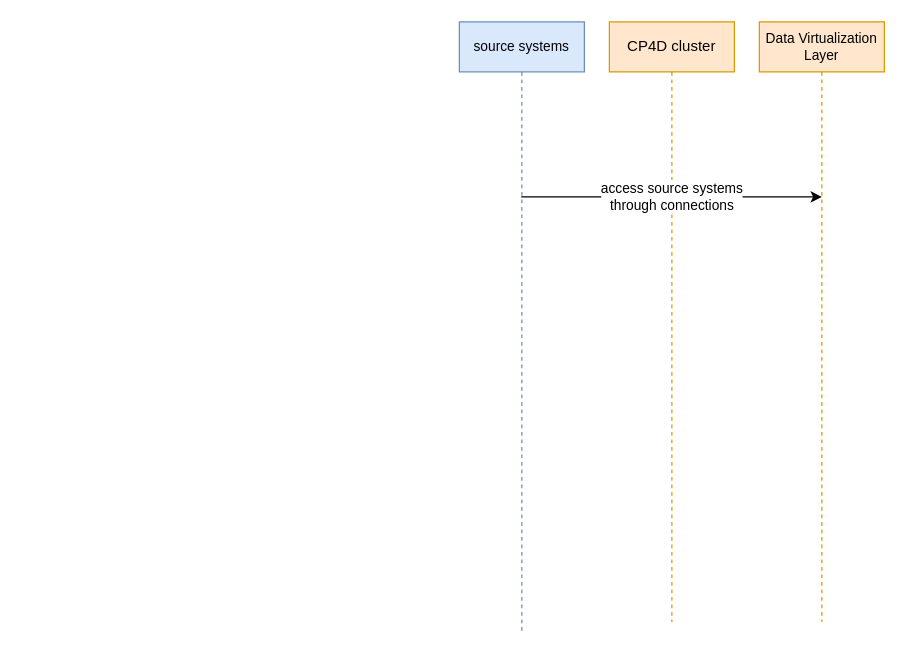
Before: dv.drawio in kanchantewary/CloudPakForData, a draw.io diagram. Source tidied: cells renumbered, new cells numbered last; positions are measured from the earlier drawing's top-left corner, leaving out a move shared by most shapes. Both pictures are drawn from the tidied source at 125%, with x=0, y=0 at pixel (459, 21).
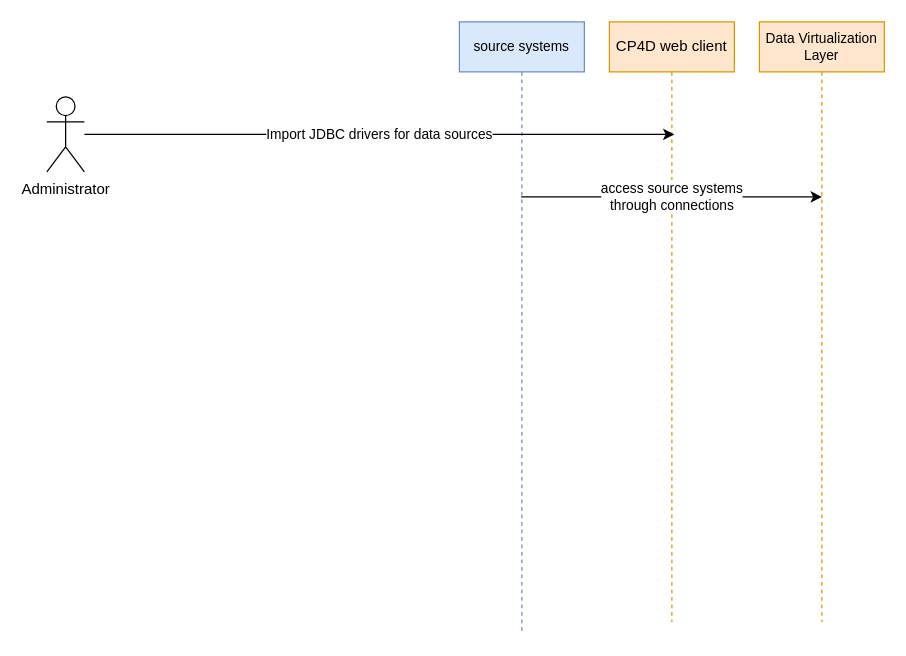
Above is the later version.

Diff of the diagram source:
```diff
@@
 <mxGraphModel>
   <root>
     <mxCell id="0" />
     <mxCell id="1" parent="0" />
-    <mxCell id="2" value="CP4D cluster" style="shape=umlLifeline;perimeter=lifelinePerimeter;whiteSpace=wrap;html=1;fillColor=#ffe6cc;strokeColor=#d79b00;" parent="1" vertex="1">
+    <mxCell id="2" value="CP4D web client" style="shape=umlLifeline;perimeter=lifelinePerimeter;whiteSpace=wrap;html=1;fillColor=#ffe6cc;strokeColor=#d79b00;" parent="1" vertex="1">
       <mxGeometry x="120" width="100" height="480" as="geometry" />
     </mxCell>
     <mxCell id="3" value="Data Virtualization Layer" style="shape=umlLifeline;perimeter=lifelinePerimeter;whiteSpace=wrap;html=1;fillColor=#ffe6cc;strokeColor=#d79b00;fontSize=11;" parent="1" vertex="1">
       <mxGeometry x="240" width="100" height="480" as="geometry" />
     </mxCell>
     <mxCell id="4" value="source systems" style="shape=umlLifeline;perimeter=lifelinePerimeter;whiteSpace=wrap;html=1;outlineConnect=0;fillColor=#dae8fc;strokeColor=#6c8ebf;fontSize=11;" parent="1" vertex="1">
       <mxGeometry width="100" height="490" as="geometry" />
     </mxCell>
     <mxCell id="5" value="access source systems &lt;br&gt;through connections" style="edgeStyle=orthogonalEdgeStyle;rounded=0;jettySize=auto;html=1;strokeWidth=1;fontSize=11;" parent="1" edge="1" source="4">
       <mxGeometry relative="1" as="geometry">
         <mxPoint x="290" y="140" as="targetPoint" />
         <Array as="points">
           <mxPoint x="130" y="140" />
           <mxPoint x="130" y="140" />
         </Array>
       </mxGeometry>
     </mxCell>
+    <mxCell id="6" value="Import JDBC drivers for data sources" style="edgeStyle=orthogonalEdgeStyle;rounded=0;jettySize=auto;html=1;" parent="1" edge="1" source="7">
+      <mxGeometry relative="1" as="geometry">
+        <mxPoint x="172" y="90" as="targetPoint" />
+        <Array as="points">
+          <mxPoint x="172" y="90" />
+        </Array>
+      </mxGeometry>
+    </mxCell>
+    <mxCell id="7" value="Administrator" style="shape=umlActor;verticalLabelPosition=bottom;verticalAlign=top;html=1;outlineConnect=0;" parent="1" vertex="1">
+      <mxGeometry x="-330" y="60" width="30" height="60" as="geometry" />
+    </mxCell>
   </root>
 </mxGraphModel>
```
